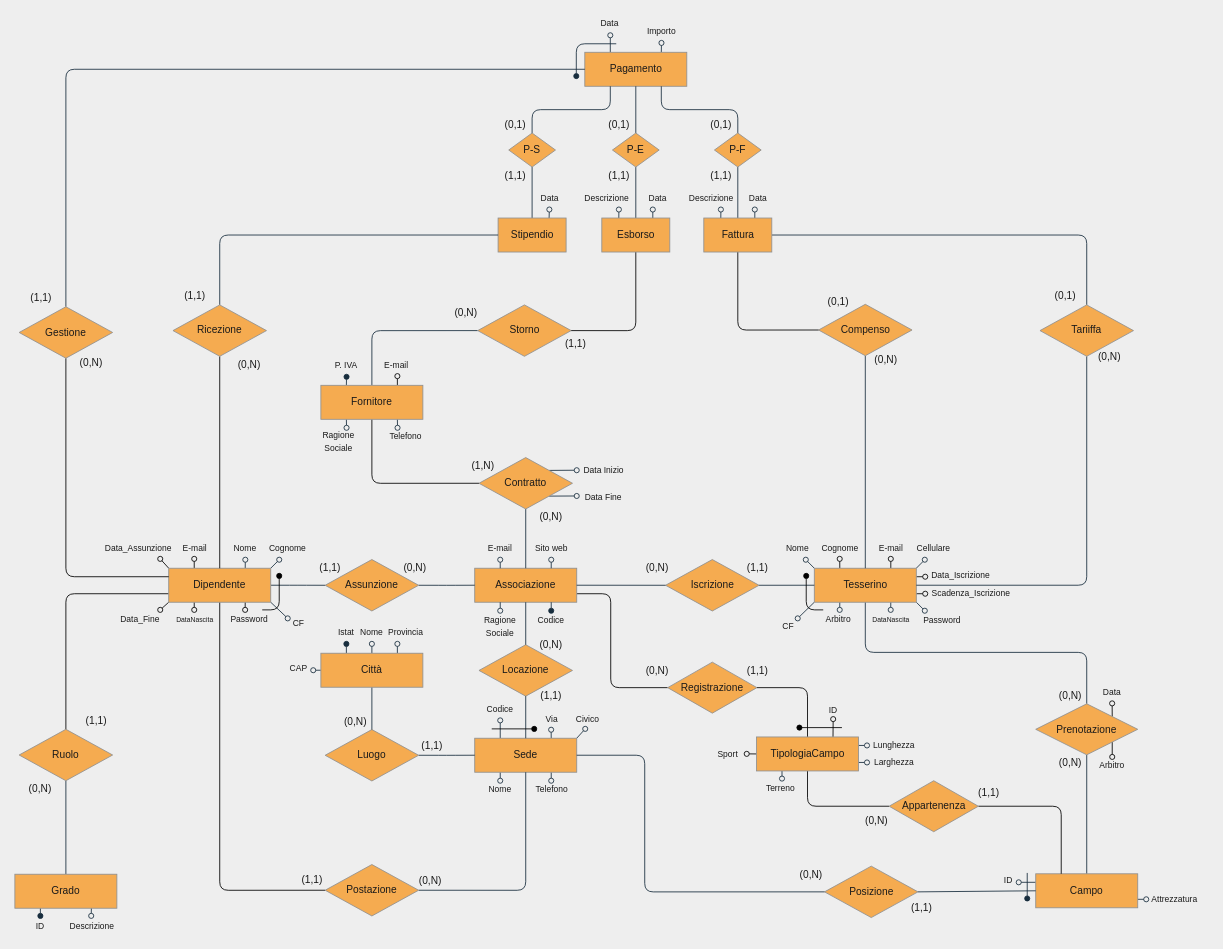
0xCaso/simple-sport-manager keeps this draw.io diagram as Relazione/modelloLogico.drawio. Above is the earlier version. Source tidied: cells renumbered, new cells numbered last; positions are measured from the earlier drawing's top-left corner, leaving out a move shared by most shapes. Both pictures are drawn from the tidied source at 85%, with x=0, y=0 at pixel (14, 14).
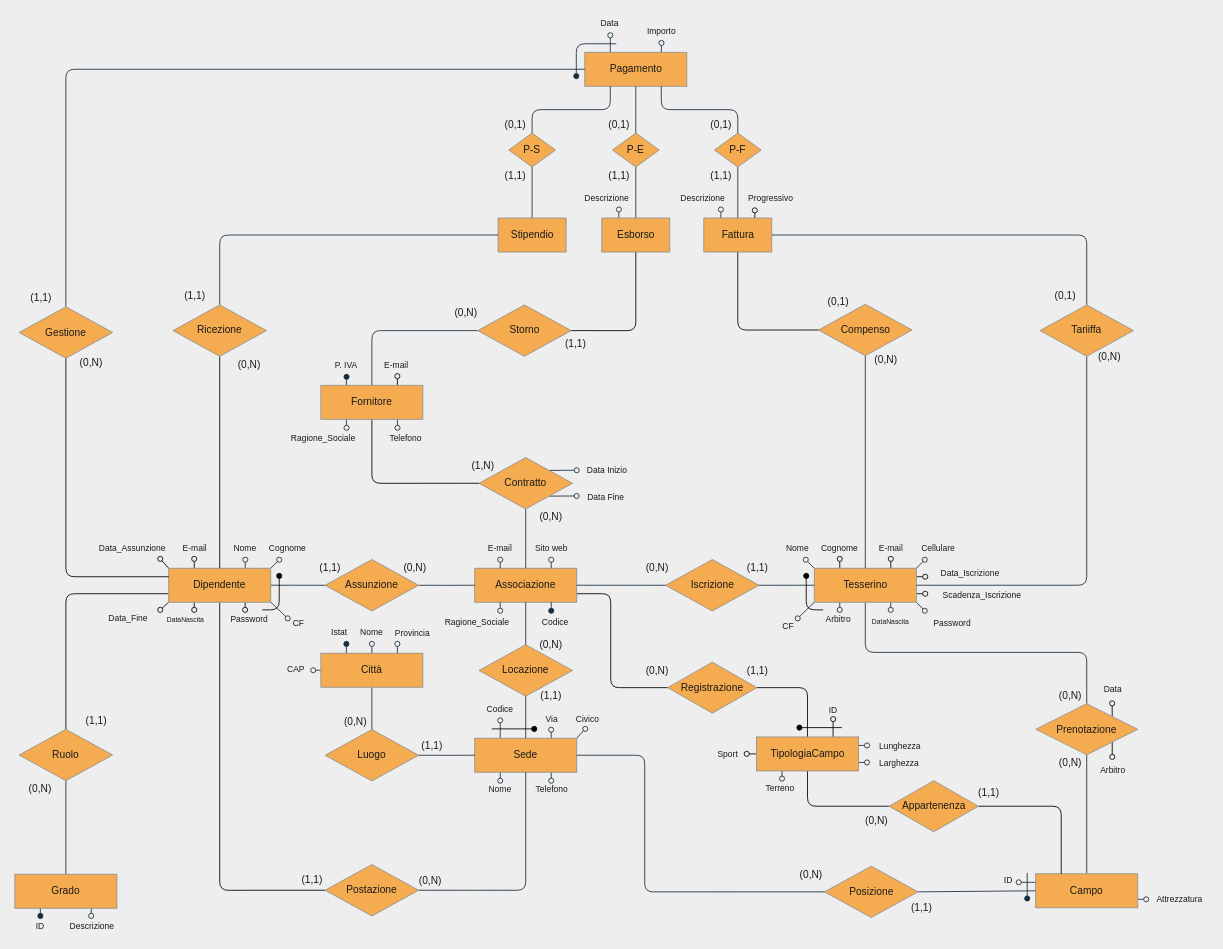
Above is the later version.

The change refers to these unchanged cells:
```xml
<mxCell id="169" value="Esborso" style="whiteSpace=wrap;html=1;fillColor=#F5AB50;strokeColor=#909090;fontColor=#1A1A1A;" parent="1" vertex="1">
  <mxGeometry x="690.5" y="239" width="80" height="40" as="geometry" />
</mxCell>
<mxCell id="174" value="Fattura" style="whiteSpace=wrap;html=1;fillColor=#F5AB50;strokeColor=#909090;fontColor=#1A1A1A;" parent="1" vertex="1">
  <mxGeometry x="810.5" y="239" width="80" height="40" as="geometry" />
</mxCell>
<mxCell id="177" value="Stipendio" style="whiteSpace=wrap;html=1;fillColor=#F5AB50;strokeColor=#909090;fontColor=#1A1A1A;" parent="1" vertex="1">
  <mxGeometry x="568.5" y="239" width="80" height="40" as="geometry" />
</mxCell>
```

What changed in the source:
```diff
@@
     <mxCell id="116" value="&lt;font style=&quot;font-size: 10px&quot;&gt;Codice&lt;/font&gt;" style="text;html=1;strokeColor=none;fillColor=none;align=center;verticalAlign=middle;whiteSpace=wrap;fontColor=#1A1A1A;" parent="1" vertex="1">
-      <mxGeometry x="611" y="701.5" width="40" height="20" as="geometry" />
+      <mxGeometry x="616" y="704" width="40" height="20" as="geometry" />
     </mxCell>
@@
-    <mxCell id="118" value="&lt;font style=&quot;font-size: 10px&quot;&gt;Ragione&lt;br&gt;Sociale&lt;br&gt;&lt;/font&gt;" style="text;html=1;strokeColor=none;fillColor=none;align=center;verticalAlign=middle;whiteSpace=wrap;fontColor=#1A1A1A;" parent="1" vertex="1">
-      <mxGeometry x="551" y="709" width="40" height="20" as="geometry" />
-    </mxCell>
@@
     <mxCell id="124" value="&lt;font&gt;&lt;font style=&quot;font-size: 8px&quot;&gt;DataNascita&lt;/font&gt;&lt;br&gt;&lt;/font&gt;" style="text;html=1;strokeColor=none;fillColor=none;align=center;verticalAlign=middle;whiteSpace=wrap;fontColor=#1A1A1A;" parent="1" vertex="1">
-      <mxGeometry x="1010.5" y="701" width="40" height="20" as="geometry" />
+      <mxGeometry x="990" y="698" width="81" height="30.2" as="geometry" />
     </mxCell>
@@
     <mxCell id="126" value="&lt;font style=&quot;font-size: 10px&quot;&gt;Cognome&lt;/font&gt;" style="text;html=1;strokeColor=none;fillColor=none;align=center;verticalAlign=middle;whiteSpace=wrap;fontColor=#1A1A1A;" parent="1" vertex="1">
-      <mxGeometry x="950.5" y="617" width="40" height="20" as="geometry" />
+      <mxGeometry x="940" y="617" width="61" height="20" as="geometry" />
     </mxCell>
@@
     <mxCell id="128" value="&lt;font style=&quot;font-size: 10px&quot;&gt;Cellulare&lt;/font&gt;" style="text;html=1;strokeColor=none;fillColor=none;align=center;verticalAlign=middle;whiteSpace=wrap;fontColor=#1A1A1A;" parent="1" vertex="1">
-      <mxGeometry x="1060.5" y="617" width="40" height="20" as="geometry" />
+      <mxGeometry x="1055.5" y="617" width="61" height="20" as="geometry" />
     </mxCell>
     <mxCell id="129" value="&lt;font style=&quot;font-size: 10px&quot;&gt;Password&lt;/font&gt;" style="text;html=1;strokeColor=none;fillColor=none;align=center;verticalAlign=middle;whiteSpace=wrap;fontColor=#1A1A1A;" parent="1" vertex="1">
-      <mxGeometry x="1071" y="701.5" width="40" height="20" as="geometry" />
+      <mxGeometry x="1073" y="710" width="60" height="11.5" as="geometry" />
     </mxCell>
@@
     <mxCell id="134" value="&lt;font style=&quot;font-size: 10px&quot;&gt;Istat&lt;/font&gt;" style="text;html=1;strokeColor=none;fillColor=none;align=center;verticalAlign=middle;whiteSpace=wrap;fontColor=#1A1A1A;" parent="1" vertex="1">
-      <mxGeometry x="370" y="715.5" width="40" height="20" as="geometry" />
+      <mxGeometry x="362" y="716" width="40" height="20" as="geometry" />
     </mxCell>
@@
     <mxCell id="136" value="&lt;font style=&quot;font-size: 10px&quot;&gt;Provincia&lt;/font&gt;" style="text;html=1;strokeColor=none;fillColor=none;align=center;verticalAlign=middle;whiteSpace=wrap;fontColor=#1A1A1A;" parent="1" vertex="1">
-      <mxGeometry x="440" y="715.5" width="40" height="20" as="geometry" />
+      <mxGeometry x="437" y="717" width="62" height="20" as="geometry" />
     </mxCell>
@@
     <mxCell id="138" value="&lt;font style=&quot;font-size: 10px&quot;&gt;Attrezzatura&lt;/font&gt;" style="text;html=1;strokeColor=none;fillColor=none;align=center;verticalAlign=middle;whiteSpace=wrap;fontColor=#1A1A1A;" parent="1" vertex="1">
-      <mxGeometry x="1331" y="1029.5" width="67" height="20" as="geometry" />
+      <mxGeometry x="1337" y="1029.5" width="67" height="20" as="geometry" />
     </mxCell>
@@
     <mxCell id="141" value="&lt;font style=&quot;font-size: 10px&quot;&gt;Terreno&lt;/font&gt;" style="text;html=1;strokeColor=none;fillColor=none;align=center;verticalAlign=middle;whiteSpace=wrap;fontColor=#1A1A1A;" parent="1" vertex="1">
-      <mxGeometry x="885.5" y="899.7" width="30" height="20" as="geometry" />
+      <mxGeometry x="880" y="899.7" width="41" height="20" as="geometry" />
     </mxCell>
     <mxCell id="142" value="&lt;font style=&quot;font-size: 10px&quot;&gt;Lunghezza&lt;/font&gt;" style="text;html=1;strokeColor=none;fillColor=none;align=center;verticalAlign=middle;whiteSpace=wrap;fontColor=#1A1A1A;" parent="1" vertex="1">
-      <mxGeometry x="1007.5" y="848.5" width="53" height="20" as="geometry" />
+      <mxGeometry x="1015" y="850" width="53" height="20" as="geometry" />
     </mxCell>
     <mxCell id="143" value="&lt;font style=&quot;font-size: 10px&quot;&gt;Larghezza&lt;/font&gt;" style="text;html=1;strokeColor=none;fillColor=none;align=center;verticalAlign=middle;whiteSpace=wrap;fontColor=#1A1A1A;" parent="1" vertex="1">
-      <mxGeometry x="1007.5" y="868.5" width="53" height="20" as="geometry" />
+      <mxGeometry x="1014" y="870" width="53" height="20" as="geometry" />
     </mxCell>
@@
     <mxCell id="146" value="&lt;font style=&quot;font-size: 10px&quot;&gt;Telefono&lt;/font&gt;" style="text;html=1;strokeColor=none;fillColor=none;align=center;verticalAlign=middle;whiteSpace=wrap;fontColor=#1A1A1A;" parent="1" vertex="1">
-      <mxGeometry x="440" y="486" width="40" height="20" as="geometry" />
+      <mxGeometry x="429" y="488" width="62" height="20" as="geometry" />
     </mxCell>
-    <mxCell id="147" value="&lt;font style=&quot;font-size: 10px&quot;&gt;Ragione&lt;br&gt;Sociale&lt;br&gt;&lt;/font&gt;" style="text;html=1;strokeColor=none;fillColor=none;align=center;verticalAlign=middle;whiteSpace=wrap;fontColor=#1A1A1A;" parent="1" vertex="1">
-      <mxGeometry x="361" y="490.8" width="40" height="20" as="geometry" />
+    <mxCell id="147" value="&lt;font style=&quot;font-size: 10px&quot;&gt;Ragione_Sociale&lt;br&gt;&lt;/font&gt;" style="text;html=1;strokeColor=none;fillColor=none;align=center;verticalAlign=middle;whiteSpace=wrap;fontColor=#1A1A1A;" parent="1" vertex="1">
+      <mxGeometry x="310" y="488" width="106" height="20" as="geometry" />
     </mxCell>
@@
     <mxCell id="150" value="&lt;font style=&quot;font-size: 10px&quot;&gt;Password&lt;/font&gt;" style="text;html=1;strokeColor=none;fillColor=none;align=center;verticalAlign=middle;whiteSpace=wrap;fontColor=#1A1A1A;" parent="1" vertex="1">
-      <mxGeometry x="256" y="701" width="40" height="20" as="geometry" />
+      <mxGeometry x="251" y="701" width="50" height="20" as="geometry" />
     </mxCell>
@@
     <mxCell id="152" value="&lt;font style=&quot;font-size: 10px&quot;&gt;Cognome&lt;/font&gt;" style="text;html=1;strokeColor=none;fillColor=none;align=center;verticalAlign=middle;whiteSpace=wrap;fontColor=#1A1A1A;" parent="1" vertex="1">
-      <mxGeometry x="301" y="617" width="40" height="20" as="geometry" />
+      <mxGeometry x="291" y="617" width="60" height="20" as="geometry" />
     </mxCell>
@@
     <mxCell id="155" value="&lt;font style=&quot;font-size: 10px&quot;&gt;Data_Assunzione&lt;/font&gt;" style="text;html=1;strokeColor=none;fillColor=none;align=center;verticalAlign=middle;whiteSpace=wrap;fontColor=#1A1A1A;" parent="1" vertex="1">
-      <mxGeometry x="120" y="617" width="51" height="20" as="geometry" />
+      <mxGeometry x="93" y="617" width="91" height="20" as="geometry" />
     </mxCell>
     <mxCell id="156" value="&lt;font style=&quot;font-size: 10px&quot;&gt;Data Inizio&lt;/font&gt;" style="text;html=1;strokeColor=none;fillColor=none;align=center;verticalAlign=middle;whiteSpace=wrap;fontColor=#1A1A1A;" parent="1" vertex="1">
-      <mxGeometry x="668" y="525" width="50" height="20" as="geometry" />
+      <mxGeometry x="659" y="525" width="76" height="20" as="geometry" />
     </mxCell>
     <mxCell id="157" value="&lt;span style=&quot;font-size: 10px&quot;&gt;Data Fine&lt;/span&gt;" style="text;html=1;strokeColor=none;fillColor=none;align=center;verticalAlign=middle;whiteSpace=wrap;fontColor=#1A1A1A;direction=east;" parent="1" vertex="1">
-      <mxGeometry x="663" y="557" width="59" height="20" as="geometry" />
+      <mxGeometry x="666" y="557" width="59" height="20" as="geometry" />
     </mxCell>
     <mxCell id="158" value="&lt;font style=&quot;font-size: 10px&quot;&gt;Data&lt;/font&gt;" style="text;html=1;strokeColor=none;fillColor=none;align=center;verticalAlign=middle;whiteSpace=wrap;fontColor=#1A1A1A;" parent="1" vertex="1">
-      <mxGeometry x="1271" y="787" width="40" height="20" as="geometry" />
+      <mxGeometry x="1272" y="783" width="40" height="20" as="geometry" />
     </mxCell>
     <mxCell id="159" value="&lt;font style=&quot;font-size: 10px&quot;&gt;Data_Iscrizione&lt;/font&gt;" style="text;html=1;strokeColor=none;fillColor=none;align=center;verticalAlign=middle;whiteSpace=wrap;fontColor=#1A1A1A;" parent="1" vertex="1">
-      <mxGeometry x="1093" y="649" width="40" height="20" as="geometry" />
+      <mxGeometry x="1081" y="647" width="86" height="20" as="geometry" />
     </mxCell>
@@
     <mxCell id="161" value="&lt;font&gt;&lt;font style=&quot;font-size: 8px&quot;&gt;DataNascita&lt;/font&gt;&lt;br&gt;&lt;/font&gt;" style="text;html=1;strokeColor=none;fillColor=none;align=center;verticalAlign=middle;whiteSpace=wrap;fontColor=#1A1A1A;" parent="1" vertex="1">
-      <mxGeometry x="192" y="705.2" width="40" height="11.5" as="geometry" />
+      <mxGeometry x="162" y="700" width="78" height="21" as="geometry" />
     </mxCell>
     <mxCell id="162" value="&lt;font style=&quot;font-size: 10px&quot;&gt;Data_Fine&lt;/font&gt;" style="text;html=1;strokeColor=none;fillColor=none;align=center;verticalAlign=middle;whiteSpace=wrap;fontColor=#1A1A1A;" parent="1" vertex="1">
-      <mxGeometry x="124" y="701" width="47" height="20" as="geometry" />
+      <mxGeometry x="100" y="700" width="67" height="20" as="geometry" />
     </mxCell>
@@
     <mxCell id="164" value="&lt;font style=&quot;font-size: 10px&quot;&gt;CAP&lt;/font&gt;" style="text;html=1;strokeColor=none;fillColor=none;align=center;verticalAlign=middle;whiteSpace=wrap;fontColor=#1A1A1A;" parent="1" vertex="1">
-      <mxGeometry x="319" y="758" width="30" height="20" as="geometry" />
+      <mxGeometry x="316" y="760" width="30" height="20" as="geometry" />
     </mxCell>
@@
-    <mxCell id="166" style="edgeStyle=orthogonalEdgeStyle;jettySize=auto;html=1;exitX=0.75;exitY=0;exitDx=0;exitDy=0;endArrow=oval;endFill=0;strokeColor=#182E3E;fontColor=#1A1A1A;labelBackgroundColor=#EEEEEE;" parent="1" edge="1" source="169">
-      <mxGeometry relative="1" as="geometry">
-        <mxPoint x="750.5" y="229" as="targetPoint" />
-      </mxGeometry>
-    </mxCell>
@@
-    <mxCell id="171" style="edgeStyle=orthogonalEdgeStyle;jettySize=auto;html=1;exitX=0.75;exitY=0;exitDx=0;exitDy=0;endArrow=oval;endFill=0;strokeColor=#182E3E;fontColor=#1A1A1A;labelBackgroundColor=#EEEEEE;" parent="1" edge="1" source="174">
-      <mxGeometry relative="1" as="geometry">
-        <mxPoint x="870.5" y="229" as="targetPoint" />
-      </mxGeometry>
-    </mxCell>
@@
+    <mxCell id="226" style="edgeStyle=orthogonalEdgeStyle;rounded=0;jettySize=auto;html=1;exitX=0.75;exitY=0;exitDx=0;exitDy=0;endArrow=oval;endFill=0;" parent="1" edge="1" source="174">
+      <mxGeometry relative="1" as="geometry">
+        <mxPoint x="870.5" y="230" as="targetPoint" />
+      </mxGeometry>
+    </mxCell>
@@
-    <mxCell id="176" style="edgeStyle=orthogonalEdgeStyle;jettySize=auto;html=1;exitX=0.75;exitY=0;exitDx=0;exitDy=0;endArrow=oval;endFill=0;strokeColor=#182E3E;fontColor=#1A1A1A;labelBackgroundColor=#EEEEEE;" parent="1" edge="1" source="177">
-      <mxGeometry relative="1" as="geometry">
-        <mxPoint x="628.8" y="229" as="targetPoint" />
-      </mxGeometry>
-    </mxCell>
@@
-    <mxCell id="190" value="&lt;font style=&quot;font-size: 10px&quot;&gt;Data&lt;/font&gt;" style="text;html=1;align=center;verticalAlign=middle;fontColor=#1A1A1A;" parent="1" vertex="1">
-      <mxGeometry x="853.5" y="205" width="40" height="20" as="geometry" />
-    </mxCell>
-    <mxCell id="191" value="&lt;font style=&quot;font-size: 10px&quot;&gt;Data&lt;/font&gt;" style="text;html=1;align=center;verticalAlign=middle;fontColor=#1A1A1A;" parent="1" vertex="1">
-      <mxGeometry x="735.5" y="205" width="40" height="20" as="geometry" />
-    </mxCell>
     <mxCell id="192" value="&lt;font style=&quot;font-size: 10px&quot;&gt;Descrizione&lt;/font&gt;" style="text;html=1;align=center;verticalAlign=middle;fontColor=#1A1A1A;" parent="1" vertex="1">
-      <mxGeometry x="783.5" y="205" width="70" height="20" as="geometry" />
+      <mxGeometry x="774" y="205" width="70" height="20" as="geometry" />
     </mxCell>
@@
-    <mxCell id="194" value="&lt;font style=&quot;font-size: 10px&quot;&gt;Data&lt;/font&gt;" style="text;html=1;align=center;verticalAlign=middle;fontColor=#1A1A1A;" parent="1" vertex="1">
-      <mxGeometry x="608.5" y="205" width="40" height="20" as="geometry" />
-    </mxCell>
@@
     <mxCell id="204" value="&lt;font style=&quot;font-size: 10px&quot;&gt;Descrizione&lt;/font&gt;" style="text;html=1;strokeColor=none;fillColor=none;align=center;verticalAlign=middle;whiteSpace=wrap;fontColor=#1A1A1A;" parent="1" vertex="1">
-      <mxGeometry x="76" y="1062" width="30" height="20" as="geometry" />
+      <mxGeometry x="61" y="1062" width="60" height="20" as="geometry" />
     </mxCell>
@@
     <mxCell id="220" value="&lt;span style=&quot;font-size: 10px&quot;&gt;Scadenza_Iscrizione&lt;/span&gt;" style="text;html=1;strokeColor=none;fillColor=none;align=center;verticalAlign=middle;whiteSpace=wrap;fontColor=#1A1A1A;" parent="1" vertex="1">
-      <mxGeometry x="1105" y="670" width="40" height="20" as="geometry" />
+      <mxGeometry x="1082" y="672" width="112" height="20" as="geometry" />
     </mxCell>
@@
     <mxCell id="225" value="&lt;font style=&quot;font-size: 10px&quot;&gt;Arbitro&lt;/font&gt;" style="text;html=1;strokeColor=none;fillColor=none;align=center;verticalAlign=middle;whiteSpace=wrap;fontColor=#1A1A1A;" parent="1" vertex="1">
-      <mxGeometry x="1271" y="872" width="40" height="20" as="geometry" />
+      <mxGeometry x="1272" y="878" width="40" height="20" as="geometry" />
     </mxCell>
+    <mxCell id="227" value="&lt;font style=&quot;font-size: 10px&quot;&gt;Progressivo&lt;/font&gt;" style="text;html=1;align=center;verticalAlign=middle;fontColor=#1A1A1A;" parent="1" vertex="1">
+      <mxGeometry x="853.5" y="205" width="70" height="20" as="geometry" />
+    </mxCell>
+    <mxCell id="228" value="&lt;font style=&quot;font-size: 10px&quot;&gt;Ragione_Sociale&lt;br&gt;&lt;/font&gt;" style="text;html=1;strokeColor=none;fillColor=none;align=center;verticalAlign=middle;whiteSpace=wrap;fontColor=#1A1A1A;" parent="1" vertex="1">
+      <mxGeometry x="491" y="704" width="106" height="20" as="geometry" />
+    </mxCell>
```
